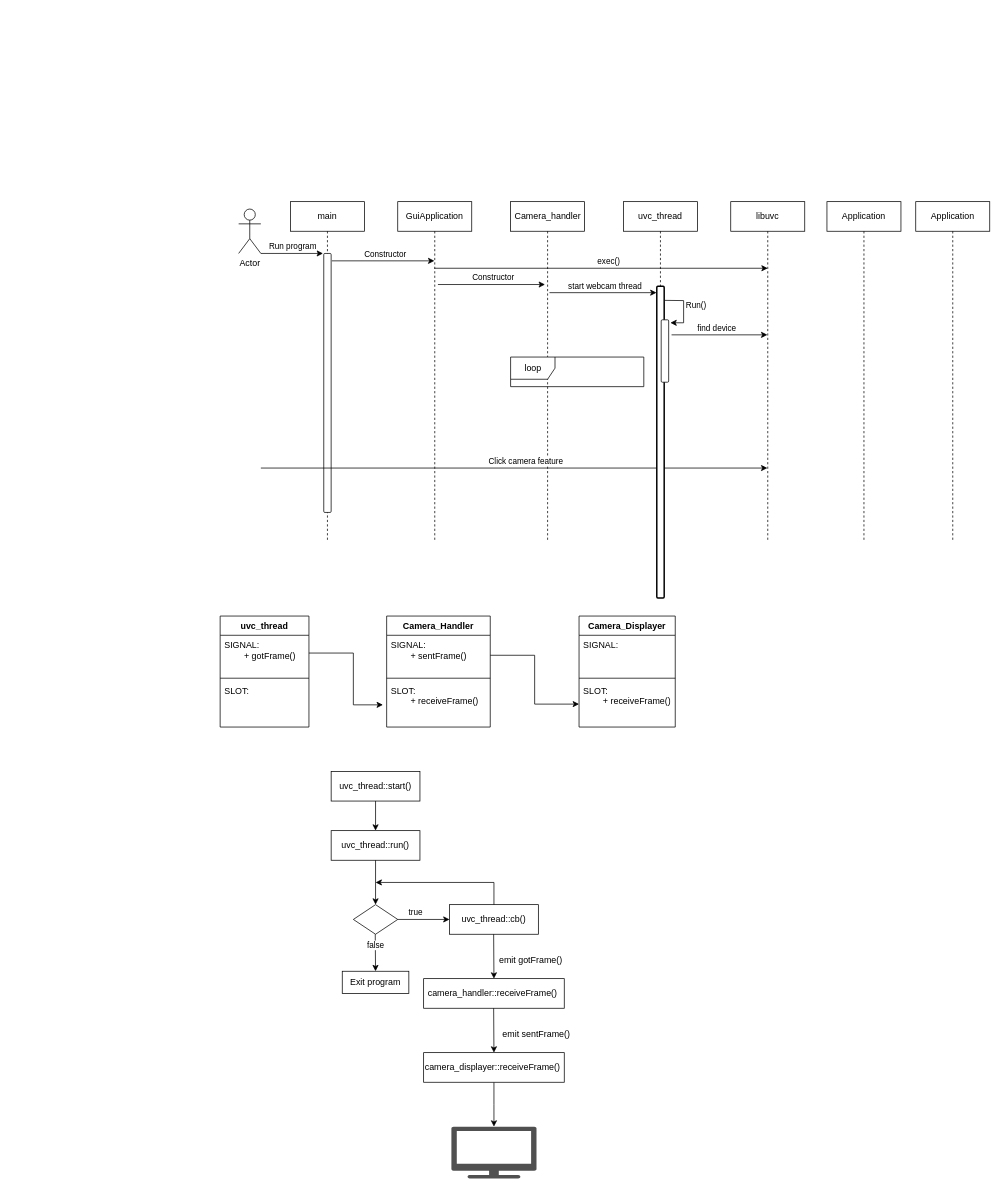
Above: Stream_Flow.drawio in GNV8HC/Exercise (draw.io), before the change. Source tidied: cells renumbered, new cells numbered last; positions are measured from the earlier drawing's top-left corner, leaving out a move shared by most shapes. Both pictures are drawn from the tidied source at 74%, with x=0, y=0 at pixel (198, 201).
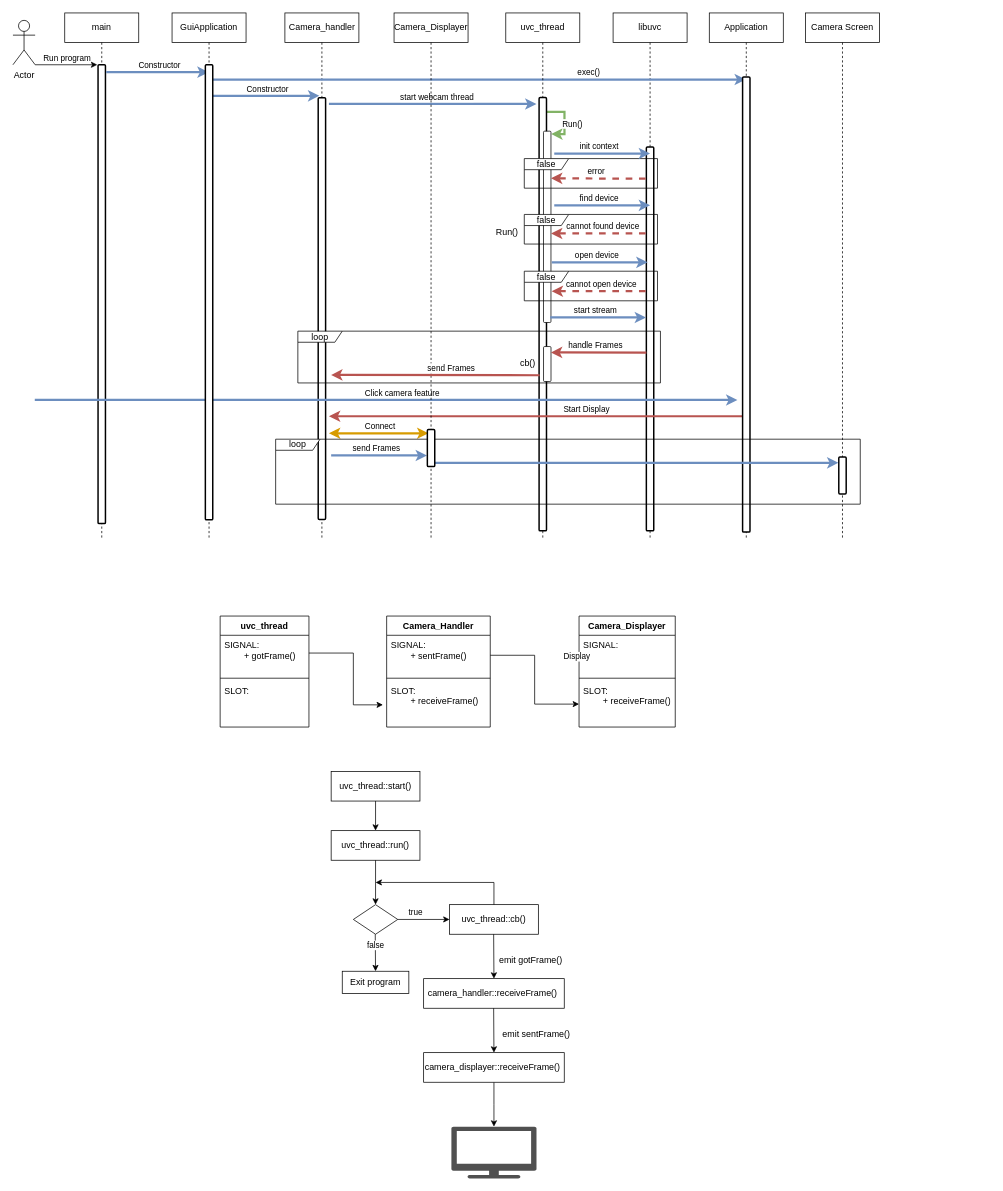
After the change.

What changed in the source:
```diff
@@
+    <mxCell id="61" value="libuvc" style="shape=umlLifeline;perimeter=lifelinePerimeter;whiteSpace=wrap;html=1;outlineConnect=0;portConstraint=eastwest;newEdgeStyle={&quot;edgeStyle&quot;:&quot;elbowEdgeStyle&quot;,&quot;elbow&quot;:&quot;vertical&quot;,&quot;curved&quot;:0,&quot;rounded&quot;:0};" parent="1" vertex="1">
+      <mxGeometry x="561" y="-255" width="100" height="710" as="geometry" />
+    </mxCell>
+    <mxCell id="64" style="rounded=1;whiteSpace=wrap;html=1;rotation=90;strokeWidth=2;" parent="1" vertex="1">
+      <mxGeometry x="351.6" y="180.5" width="518.7" height="10" as="geometry" />
+    </mxCell>
     <mxCell id="2" value="main" style="shape=umlLifeline;perimeter=lifelinePerimeter;whiteSpace=wrap;html=1;newEdgeStyle={&quot;edgeStyle&quot;:&quot;elbowEdgeStyle&quot;,&quot;elbow&quot;:&quot;vertical&quot;,&quot;curved&quot;:0,&quot;rounded&quot;:0};" parent="1" vertex="1">
-      <mxGeometry x="125" width="100" height="460" as="geometry" />
+      <mxGeometry x="-180" y="-255" width="100" height="710" as="geometry" />
     </mxCell>
-    <mxCell id="3" style="rounded=1;whiteSpace=wrap;html=1;rotation=90;" parent="1" vertex="1">
-      <mxGeometry y="240" width="350" height="10" as="geometry" />
+    <mxCell id="3" style="rounded=1;whiteSpace=wrap;html=1;rotation=90;strokeWidth=2;" parent="1" vertex="1">
+      <mxGeometry x="-440" y="120" width="620" height="10" as="geometry" />
     </mxCell>
     <mxCell id="4" value="Camera_handler" style="shape=umlLifeline;perimeter=lifelinePerimeter;whiteSpace=wrap;html=1;newEdgeStyle={&quot;edgeStyle&quot;:&quot;elbowEdgeStyle&quot;,&quot;elbow&quot;:&quot;vertical&quot;,&quot;curved&quot;:0,&quot;rounded&quot;:0};" parent="1" vertex="1">
-      <mxGeometry x="422.5" width="100" height="460" as="geometry" />
+      <mxGeometry x="117.5" y="-255" width="100" height="710" as="geometry" />
     </mxCell>
-    <mxCell id="5" style="endArrow=classic;html=1;rounded=0;" parent="1" edge="1">
+    <mxCell id="5" style="endArrow=classic;html=1;rounded=0;strokeWidth=3;fillColor=#dae8fc;strokeColor=#6c8ebf;" parent="1" edge="1">
       <mxGeometry relative="1" as="geometry">
-        <mxPoint x="324.3" y="112" as="sourcePoint" />
-        <mxPoint x="469" y="112" as="targetPoint" />
+        <mxPoint x="19.3" y="-143" as="sourcePoint" />
+        <mxPoint x="164" y="-143" as="targetPoint" />
       </mxGeometry>
     </mxCell>
@@
     <mxCell id="7" value="Application" style="shape=umlLifeline;perimeter=lifelinePerimeter;whiteSpace=wrap;html=1;outlineConnect=0;portConstraint=eastwest;newEdgeStyle={&quot;edgeStyle&quot;:&quot;elbowEdgeStyle&quot;,&quot;elbow&quot;:&quot;vertical&quot;,&quot;curved&quot;:0,&quot;rounded&quot;:0};" parent="1" vertex="1">
-      <mxGeometry x="850" width="100" height="460" as="geometry" />
+      <mxGeometry x="691" y="-255" width="100" height="710" as="geometry" />
     </mxCell>
-    <mxCell id="8" style="endArrow=classic;html=1;rounded=0;" parent="1" edge="1" source="44">
+    <mxCell id="8" style="endArrow=classic;html=1;rounded=0;strokeWidth=3;fillColor=#dae8fc;strokeColor=#6c8ebf;" parent="1" edge="1" target="7">
       <mxGeometry relative="1" as="geometry">
-        <mxPoint x="770" y="90" as="targetPoint" />
+        <mxPoint x="14.5" y="-165" as="sourcePoint" />
       </mxGeometry>
     </mxCell>
     <mxCell id="9" value="exec()" style="edgeLabel;html=1;align=center;verticalAlign=middle;" parent="8" vertex="1">
       <mxGeometry x="0.05" y="-1" relative="1" as="geometry">
-        <mxPoint x="-2" y="-11" as="offset" />
+        <mxPoint x="132" y="-11" as="offset" />
       </mxGeometry>
     </mxCell>
@@
     <mxCell id="44" value="GuiApplication" style="shape=umlLifeline;perimeter=lifelinePerimeter;whiteSpace=wrap;html=1;outlineConnect=0;portConstraint=eastwest;newEdgeStyle={&quot;edgeStyle&quot;:&quot;elbowEdgeStyle&quot;,&quot;elbow&quot;:&quot;vertical&quot;,&quot;curved&quot;:0,&quot;rounded&quot;:0};" parent="1" vertex="1">
-      <mxGeometry x="270" width="100" height="460" as="geometry" />
+      <mxGeometry x="-35" y="-255" width="100" height="710" as="geometry" />
     </mxCell>
-    <mxCell id="45" style="endArrow=classic;html=1;rounded=0;" parent="1" edge="1" target="44">
+    <mxCell id="45" style="endArrow=classic;html=1;rounded=0;strokeWidth=3;fillColor=#dae8fc;strokeColor=#6c8ebf;" parent="1" edge="1" target="44">
       <mxGeometry relative="1" as="geometry">
-        <mxPoint x="181" y="80" as="sourcePoint" />
+        <mxPoint x="-124" y="-175" as="sourcePoint" />
       </mxGeometry>
     </mxCell>
@@
     <mxCell id="47" value="Actor" style="shape=umlActor;verticalLabelPosition=bottom;verticalAlign=top;html=1;" parent="1" vertex="1">
-      <mxGeometry x="55" y="10" width="30" height="60" as="geometry" />
+      <mxGeometry x="-250" y="-245" width="30" height="60" as="geometry" />
     </mxCell>
     <mxCell id="48" style="endArrow=classic;html=1;rounded=0;" parent="1" edge="1">
       <mxGeometry relative="1" as="geometry">
-        <mxPoint x="85" y="70" as="sourcePoint" />
-        <mxPoint x="169" y="70" as="targetPoint" />
+        <mxPoint x="-220" y="-185" as="sourcePoint" />
+        <mxPoint x="-136" y="-185" as="targetPoint" />
       </mxGeometry>
     </mxCell>
@@
     <mxCell id="50" value="uvc_thread" style="shape=umlLifeline;perimeter=lifelinePerimeter;whiteSpace=wrap;html=1;newEdgeStyle={&quot;edgeStyle&quot;:&quot;elbowEdgeStyle&quot;,&quot;elbow&quot;:&quot;vertical&quot;,&quot;curved&quot;:0,&quot;rounded&quot;:0};" parent="1" vertex="1">
-      <mxGeometry x="575" width="100" height="460" as="geometry" />
+      <mxGeometry x="416" y="-255" width="100" height="710" as="geometry" />
     </mxCell>
-    <mxCell id="51" style="endArrow=classic;html=1;rounded=0;" parent="1" edge="1">
+    <mxCell id="51" style="endArrow=classic;html=1;rounded=0;strokeWidth=3;fillColor=#dae8fc;strokeColor=#6c8ebf;" parent="1" edge="1">
       <mxGeometry relative="1" as="geometry">
-        <mxPoint x="475" y="123" as="sourcePoint" />
-        <mxPoint x="619.7" y="123" as="targetPoint" />
+        <mxPoint x="177" y="-132" as="sourcePoint" />
+        <mxPoint x="457.5" y="-132" as="targetPoint" />
       </mxGeometry>
     </mxCell>
@@
-    <mxCell id="53" value="Application" style="shape=umlLifeline;perimeter=lifelinePerimeter;whiteSpace=wrap;html=1;newEdgeStyle={&quot;edgeStyle&quot;:&quot;elbowEdgeStyle&quot;,&quot;elbow&quot;:&quot;vertical&quot;,&quot;curved&quot;:0,&quot;rounded&quot;:0};" parent="1" vertex="1">
-      <mxGeometry x="970" width="100" height="460" as="geometry" />
+    <mxCell id="53" value="Camera Screen" style="shape=umlLifeline;perimeter=lifelinePerimeter;whiteSpace=wrap;html=1;newEdgeStyle={&quot;edgeStyle&quot;:&quot;elbowEdgeStyle&quot;,&quot;elbow&quot;:&quot;vertical&quot;,&quot;curved&quot;:0,&quot;rounded&quot;:0};" parent="1" vertex="1">
+      <mxGeometry x="821" y="-255" width="100" height="710" as="geometry" />
     </mxCell>
-    <mxCell id="54" style="endArrow=classic;html=1;rounded=0;" parent="1" edge="1">
-      <mxGeometry relative="1" as="geometry">
-        <mxPoint x="85" y="360" as="sourcePoint" />
-        <mxPoint x="769.5" y="360" as="targetPoint" />
-      </mxGeometry>
-    </mxCell>
-    <mxCell id="55" value="Click camera feature" style="edgeLabel;html=1;align=center;verticalAlign=middle;" parent="54" vertex="1">
-      <mxGeometry x="0.05" y="-1" relative="1" as="geometry">
-        <mxPoint x="-2" y="-11" as="offset" />
-      </mxGeometry>
-    </mxCell>
-    <mxCell id="56" style="endArrow=classic;html=1;rounded=0;exitX=0.045;exitY=-0.066;exitDx=0;exitDy=0;exitPerimeter=0;" parent="1" edge="1" source="58">
+    <mxCell id="56" style="endArrow=classic;html=1;rounded=0;fillColor=#d5e8d4;strokeColor=#82b366;strokeWidth=3;" parent="1" edge="1">
       <mxGeometry relative="1" as="geometry">
-        <mxPoint x="638.4" y="163.7" as="targetPoint" />
+        <mxPoint x="463.3" y="-121.3" as="sourcePoint" />
+        <mxPoint x="477.4" y="-91.3" as="targetPoint" />
         <Array as="points">
-          <mxPoint x="656.3" y="133.7" />
-          <mxPoint x="656.3" y="163.7" />
+          <mxPoint x="495.3" y="-121.3" />
+          <mxPoint x="495.3" y="-91.3" />
         </Array>
       </mxGeometry>
     </mxCell>
     <mxCell id="57" value="Run()" style="edgeLabel;html=1;align=center;verticalAlign=middle;" parent="56" vertex="1">
       <mxGeometry x="-0.7" relative="1" as="geometry">
-        <mxPoint x="31" y="6" as="offset" />
+        <mxPoint x="30" y="16" as="offset" />
       </mxGeometry>
     </mxCell>
     <mxCell id="58" style="rounded=1;whiteSpace=wrap;html=1;rotation=90;strokeWidth=2;" parent="1" vertex="1">
-      <mxGeometry x="414.5" y="320" width="421.1" height="10" as="geometry" />
+      <mxGeometry x="173.3" y="147.1" width="585.4" height="10" as="geometry" />
     </mxCell>
     <mxCell id="59" style="rounded=1;whiteSpace=wrap;html=1;rotation=90;" parent="1" vertex="1">
-      <mxGeometry x="588.9" y="196.8" width="84.3" height="10.1" as="geometry" />
+      <mxGeometry x="342.7" y="29" width="258.6" height="10.1" as="geometry" />
     </mxCell>
-    <mxCell id="60" value="loop" style="shape=umlFrame;whiteSpace=wrap;html=1;" parent="1" vertex="1">
-      <mxGeometry x="422.5" y="210" width="180" height="40" as="geometry" />
+    <mxCell id="60" value="false" style="shape=umlFrame;whiteSpace=wrap;html=1;width=60;height=15;" parent="1" vertex="1">
+      <mxGeometry x="441" y="-58.2" width="180" height="40" as="geometry" />
     </mxCell>
-    <mxCell id="61" value="libuvc" style="shape=umlLifeline;perimeter=lifelinePerimeter;whiteSpace=wrap;html=1;outlineConnect=0;portConstraint=eastwest;newEdgeStyle={&quot;edgeStyle&quot;:&quot;elbowEdgeStyle&quot;,&quot;elbow&quot;:&quot;vertical&quot;,&quot;curved&quot;:0,&quot;rounded&quot;:0};" parent="1" vertex="1">
-      <mxGeometry x="720" width="100" height="460" as="geometry" />
-    </mxCell>
-    <mxCell id="62" style="endArrow=classic;html=1;rounded=0;" parent="1" edge="1" target="61">
+    <mxCell id="62" style="endArrow=classic;html=1;rounded=0;strokeWidth=3;fillColor=#dae8fc;strokeColor=#6c8ebf;" parent="1" edge="1">
       <mxGeometry relative="1" as="geometry">
-        <mxPoint x="640" y="180" as="sourcePoint" />
+        <mxPoint x="481.5" y="5" as="sourcePoint" />
+        <mxPoint x="611" y="5" as="targetPoint" />
       </mxGeometry>
     </mxCell>
@@
+    <mxCell id="65" style="endArrow=classic;html=1;rounded=0;strokeWidth=3;fillColor=#dae8fc;strokeColor=#6c8ebf;" parent="1" edge="1">
+      <mxGeometry relative="1" as="geometry">
+        <mxPoint x="481.5" y="-65" as="sourcePoint" />
+        <mxPoint x="611" y="-65" as="targetPoint" />
+      </mxGeometry>
+    </mxCell>
+    <mxCell id="66" value="init context" style="edgeLabel;html=1;align=center;verticalAlign=middle;" parent="65" vertex="1">
+      <mxGeometry x="-0.29" y="-1" relative="1" as="geometry">
+        <mxPoint x="14" y="-11" as="offset" />
+      </mxGeometry>
+    </mxCell>
+    <mxCell id="67" style="endArrow=classic;html=1;rounded=0;entryX=0.25;entryY=0;entryDx=0;entryDy=0;dashed=1;fillColor=#f8cecc;strokeColor=#b85450;strokeWidth=3;" parent="1" edge="1">
+      <mxGeometry relative="1" as="geometry">
+        <mxPoint x="605" y="-31" as="sourcePoint" />
+        <mxPoint x="477.1" y="-31.5" as="targetPoint" />
+      </mxGeometry>
+    </mxCell>
+    <mxCell id="68" value="error" style="edgeLabel;html=1;align=center;verticalAlign=middle;" parent="67" vertex="1">
+      <mxGeometry x="-0.32" y="2" relative="1" as="geometry">
+        <mxPoint x="-24" y="-12" as="offset" />
+      </mxGeometry>
+    </mxCell>
+    <mxCell id="69" value="false" style="shape=umlFrame;whiteSpace=wrap;html=1;width=60;height=15;" parent="1" vertex="1">
+      <mxGeometry x="441" y="17.3" width="180" height="40" as="geometry" />
+    </mxCell>
+    <mxCell id="70" style="endArrow=classic;html=1;rounded=0;entryX=0.25;entryY=0;entryDx=0;entryDy=0;dashed=1;fillColor=#f8cecc;strokeColor=#b85450;strokeWidth=3;" parent="1" edge="1">
+      <mxGeometry relative="1" as="geometry">
+        <mxPoint x="605" y="43" as="sourcePoint" />
+        <mxPoint x="477.1" y="43" as="targetPoint" />
+      </mxGeometry>
+    </mxCell>
+    <mxCell id="71" value="cannot found device" style="edgeLabel;html=1;align=center;verticalAlign=middle;" parent="70" vertex="1">
+      <mxGeometry x="-0.32" y="2" relative="1" as="geometry">
+        <mxPoint x="-16" y="-12" as="offset" />
+      </mxGeometry>
+    </mxCell>
+    <mxCell id="72" style="endArrow=classic;html=1;rounded=0;strokeWidth=3;fillColor=#dae8fc;strokeColor=#6c8ebf;" parent="1" edge="1">
+      <mxGeometry relative="1" as="geometry">
+        <mxPoint x="478.1" y="82" as="sourcePoint" />
+        <mxPoint x="607.6" y="82" as="targetPoint" />
+      </mxGeometry>
+    </mxCell>
+    <mxCell id="73" value="open device" style="edgeLabel;html=1;align=center;verticalAlign=middle;" parent="72" vertex="1">
+      <mxGeometry x="-0.29" y="-1" relative="1" as="geometry">
+        <mxPoint x="14" y="-11" as="offset" />
+      </mxGeometry>
+    </mxCell>
+    <mxCell id="74" value="false" style="shape=umlFrame;whiteSpace=wrap;html=1;width=60;height=15;" parent="1" vertex="1">
+      <mxGeometry x="441" y="94" width="180" height="40" as="geometry" />
+    </mxCell>
+    <mxCell id="75" style="endArrow=classic;html=1;rounded=0;dashed=1;fillColor=#f8cecc;strokeColor=#b85450;strokeWidth=3;" parent="1" edge="1">
+      <mxGeometry relative="1" as="geometry">
+        <mxPoint x="605" y="121" as="sourcePoint" />
+        <mxPoint x="478" y="121" as="targetPoint" />
+      </mxGeometry>
+    </mxCell>
+    <mxCell id="76" value="cannot open device" style="edgeLabel;html=1;align=center;verticalAlign=middle;" parent="75" vertex="1">
+      <mxGeometry x="-0.32" y="2" relative="1" as="geometry">
+        <mxPoint x="-18" y="-12" as="offset" />
+      </mxGeometry>
+    </mxCell>
+    <mxCell id="77" style="rounded=1;whiteSpace=wrap;html=1;rotation=90;strokeWidth=2;" parent="1" vertex="1">
+      <mxGeometry x="-117.5" y="139.5" width="570" height="10" as="geometry" />
+    </mxCell>
+    <mxCell id="54" style="endArrow=classic;html=1;rounded=0;fillColor=#dae8fc;strokeColor=#6c8ebf;strokeWidth=3;" parent="1" edge="1">
+      <mxGeometry relative="1" as="geometry">
+        <mxPoint x="-220.5" y="268" as="sourcePoint" />
+        <mxPoint x="729" y="268" as="targetPoint" />
+      </mxGeometry>
+    </mxCell>
+    <mxCell id="55" value="Click camera feature" style="edgeLabel;html=1;align=center;verticalAlign=middle;" parent="54" vertex="1">
+      <mxGeometry x="0.05" y="-1" relative="1" as="geometry">
+        <mxPoint x="-2" y="-11" as="offset" />
+      </mxGeometry>
+    </mxCell>
+    <mxCell id="78" style="endArrow=classic;html=1;rounded=0;fillColor=#f8cecc;strokeColor=#b85450;strokeWidth=3;" parent="1" edge="1">
+      <mxGeometry relative="1" as="geometry">
+        <mxPoint x="740.5" y="290" as="sourcePoint" />
+        <mxPoint x="177" y="290" as="targetPoint" />
+      </mxGeometry>
+    </mxCell>
+    <mxCell id="79" value="Start Display" style="edgeLabel;html=1;align=center;verticalAlign=middle;" parent="78" vertex="1">
+      <mxGeometry x="-0.32" y="2" relative="1" as="geometry">
+        <mxPoint x="-24" y="-12" as="offset" />
+      </mxGeometry>
+    </mxCell>
+    <mxCell id="80" style="endArrow=classic;startArrow=classic;html=1;rounded=0;fillColor=#ffe6cc;strokeColor=#d79b00;strokeWidth=3;" parent="1" edge="1">
+      <mxGeometry relative="1" as="geometry">
+        <mxPoint x="177" y="313" as="sourcePoint" />
+        <mxPoint x="311.5" y="313" as="targetPoint" />
+      </mxGeometry>
+    </mxCell>
+    <mxCell id="81" value="Connect" style="edgeLabel;html=1;align=center;verticalAlign=middle;" parent="80" vertex="1">
+      <mxGeometry x="-0.06" y="-4" relative="1" as="geometry">
+        <mxPoint x="5" y="-14" as="offset" />
+      </mxGeometry>
+    </mxCell>
+    <mxCell id="82" value="Camera_Displayer" style="shape=umlLifeline;perimeter=lifelinePerimeter;whiteSpace=wrap;html=1;newEdgeStyle={&quot;edgeStyle&quot;:&quot;elbowEdgeStyle&quot;,&quot;elbow&quot;:&quot;vertical&quot;,&quot;curved&quot;:0,&quot;rounded&quot;:0};" parent="1" vertex="1">
+      <mxGeometry x="265" y="-255" width="100" height="710" as="geometry" />
+    </mxCell>
+    <mxCell id="83" style="endArrow=classic;html=1;rounded=0;strokeWidth=3;fillColor=#dae8fc;strokeColor=#6c8ebf;" parent="1" edge="1">
+      <mxGeometry relative="1" as="geometry">
+        <mxPoint x="180" y="343" as="sourcePoint" />
+        <mxPoint x="309.5" y="343" as="targetPoint" />
+      </mxGeometry>
+    </mxCell>
+    <mxCell id="84" value="send Frames" style="edgeLabel;html=1;align=center;verticalAlign=middle;" parent="83" vertex="1">
+      <mxGeometry x="-0.29" y="-1" relative="1" as="geometry">
+        <mxPoint x="14" y="-11" as="offset" />
+      </mxGeometry>
+    </mxCell>
+    <mxCell id="85" style="rounded=1;whiteSpace=wrap;html=1;rotation=90;strokeWidth=2;" parent="1" vertex="1">
+      <mxGeometry x="-292.5" y="117.5" width="615" height="10" as="geometry" />
+    </mxCell>
+    <mxCell id="86" style="rounded=1;whiteSpace=wrap;html=1;rotation=90;strokeWidth=2;" parent="1" vertex="1">
+      <mxGeometry x="433.5" y="134" width="615" height="10" as="geometry" />
+    </mxCell>
+    <mxCell id="87" style="endArrow=classic;html=1;rounded=0;strokeWidth=3;fillColor=#dae8fc;strokeColor=#6c8ebf;" parent="1" edge="1">
+      <mxGeometry relative="1" as="geometry">
+        <mxPoint x="315.5" y="353" as="sourcePoint" />
+        <mxPoint x="865.5" y="353" as="targetPoint" />
+      </mxGeometry>
+    </mxCell>
+    <mxCell id="88" value="Display" style="edgeLabel;html=1;align=center;verticalAlign=middle;" parent="87" vertex="1">
+      <mxGeometry x="-0.29" y="-1" relative="1" as="geometry">
+        <mxPoint x="1" y="260" as="offset" />
+      </mxGeometry>
+    </mxCell>
+    <mxCell id="89" style="endArrow=classic;html=1;rounded=0;fillColor=#f8cecc;strokeColor=#b85450;strokeWidth=3;" parent="1" edge="1">
+      <mxGeometry relative="1" as="geometry">
+        <mxPoint x="461.7" y="234.6" as="sourcePoint" />
+        <mxPoint x="180" y="234.1" as="targetPoint" />
+      </mxGeometry>
+    </mxCell>
+    <mxCell id="90" value="send Frames" style="edgeLabel;html=1;align=center;verticalAlign=middle;" parent="89" vertex="1">
+      <mxGeometry x="-0.32" y="2" relative="1" as="geometry">
+        <mxPoint x="-24" y="-12" as="offset" />
+      </mxGeometry>
+    </mxCell>
+    <mxCell id="91" style="rounded=1;whiteSpace=wrap;html=1;rotation=90;" parent="1" vertex="1">
+      <mxGeometry x="448.4" y="214.4" width="47.3" height="10.1" as="geometry" />
+    </mxCell>
+    <mxCell id="92" value="Run()" style="text;html=1;strokeColor=none;fillColor=none;align=center;verticalAlign=middle;whiteSpace=wrap;rounded=0;rotation=0;" parent="1" vertex="1">
+      <mxGeometry x="388.4" y="27.3" width="60" height="30" as="geometry" />
+    </mxCell>
+    <mxCell id="93" value="cb()" style="text;html=1;strokeColor=none;fillColor=none;align=center;verticalAlign=middle;whiteSpace=wrap;rounded=0;rotation=0;" parent="1" vertex="1">
+      <mxGeometry x="416" y="204.4" width="60" height="30" as="geometry" />
+    </mxCell>
+    <mxCell id="94" value="loop" style="shape=umlFrame;whiteSpace=wrap;html=1;width=60;height=15;" parent="1" vertex="1">
+      <mxGeometry x="135" y="175" width="490" height="70" as="geometry" />
+    </mxCell>
+    <mxCell id="95" value="loop" style="shape=umlFrame;whiteSpace=wrap;html=1;width=60;height=15;" parent="1" vertex="1">
+      <mxGeometry x="105" y="321" width="790" height="87.8" as="geometry" />
+    </mxCell>
+    <mxCell id="96" style="endArrow=classic;html=1;rounded=0;strokeWidth=3;fillColor=#dae8fc;strokeColor=#6c8ebf;" parent="1" edge="1">
+      <mxGeometry relative="1" as="geometry">
+        <mxPoint x="476" y="156.5" as="sourcePoint" />
+        <mxPoint x="605.5" y="156.5" as="targetPoint" />
+      </mxGeometry>
+    </mxCell>
+    <mxCell id="97" value="start stream" style="edgeLabel;html=1;align=center;verticalAlign=middle;" parent="96" vertex="1">
+      <mxGeometry x="-0.29" y="-1" relative="1" as="geometry">
+        <mxPoint x="14" y="-11" as="offset" />
+      </mxGeometry>
+    </mxCell>
+    <mxCell id="98" style="endArrow=classic;html=1;rounded=0;entryX=0.25;entryY=0;entryDx=0;entryDy=0;fillColor=#f8cecc;strokeColor=#b85450;strokeWidth=3;" parent="1" edge="1">
+      <mxGeometry relative="1" as="geometry">
+        <mxPoint x="606" y="204" as="sourcePoint" />
+        <mxPoint x="477" y="203.7" as="targetPoint" />
+      </mxGeometry>
+    </mxCell>
+    <mxCell id="99" value="handle Frames" style="edgeLabel;html=1;align=center;verticalAlign=middle;" parent="98" vertex="1">
+      <mxGeometry x="-0.32" y="2" relative="1" as="geometry">
+        <mxPoint x="-25" y="-12" as="offset" />
+      </mxGeometry>
+    </mxCell>
+    <mxCell id="100" style="rounded=1;whiteSpace=wrap;html=1;rotation=90;strokeWidth=2;" parent="1" vertex="1">
+      <mxGeometry x="846" y="365" width="50" height="10" as="geometry" />
+    </mxCell>
+    <mxCell id="101" style="rounded=1;whiteSpace=wrap;html=1;rotation=90;strokeWidth=2;" parent="1" vertex="1">
+      <mxGeometry x="290" y="328" width="50" height="10" as="geometry" />
+    </mxCell>
```
